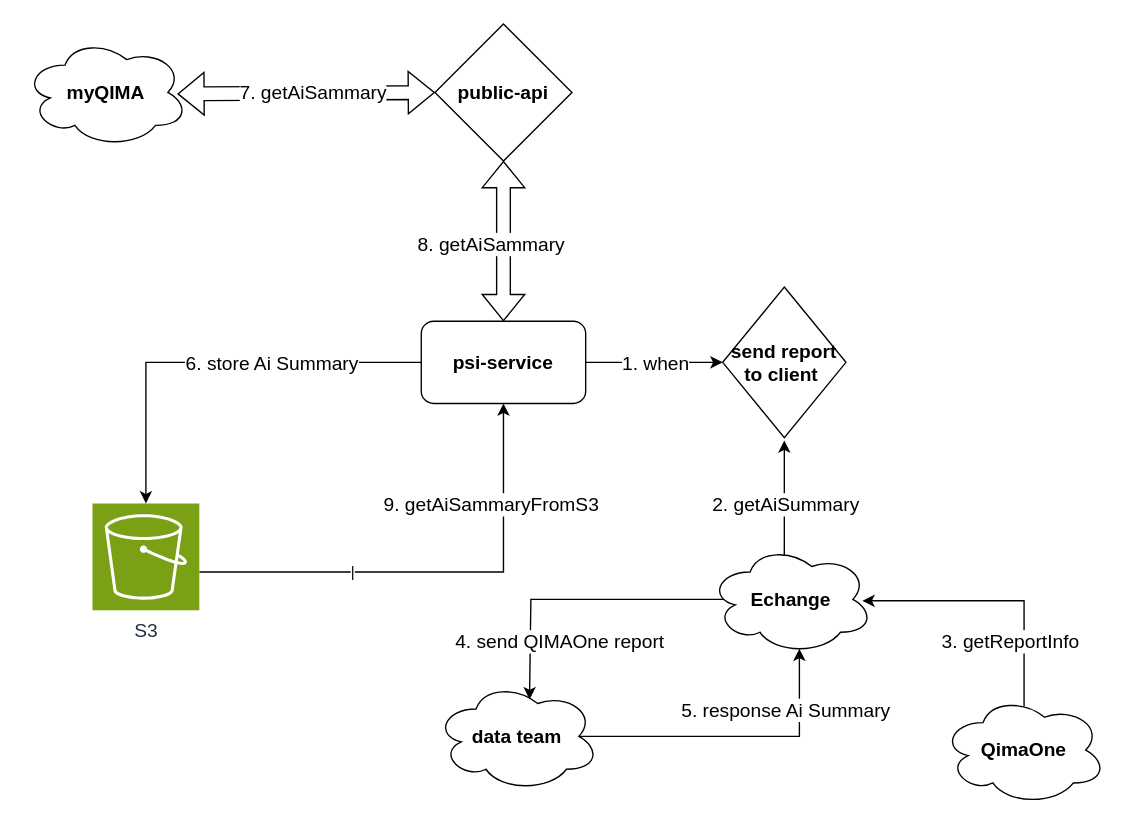
Above: AI Summary.drawio in johnApp86/diagrams (draw.io), before the change. Source tidied: cells renumbered, new cells numbered last; positions are measured from the earlier drawing's top-left corner, leaving out a move shared by most shapes. Both pictures are drawn from the tidied source at 137%, with x=0, y=0 at pixel (23, 23).
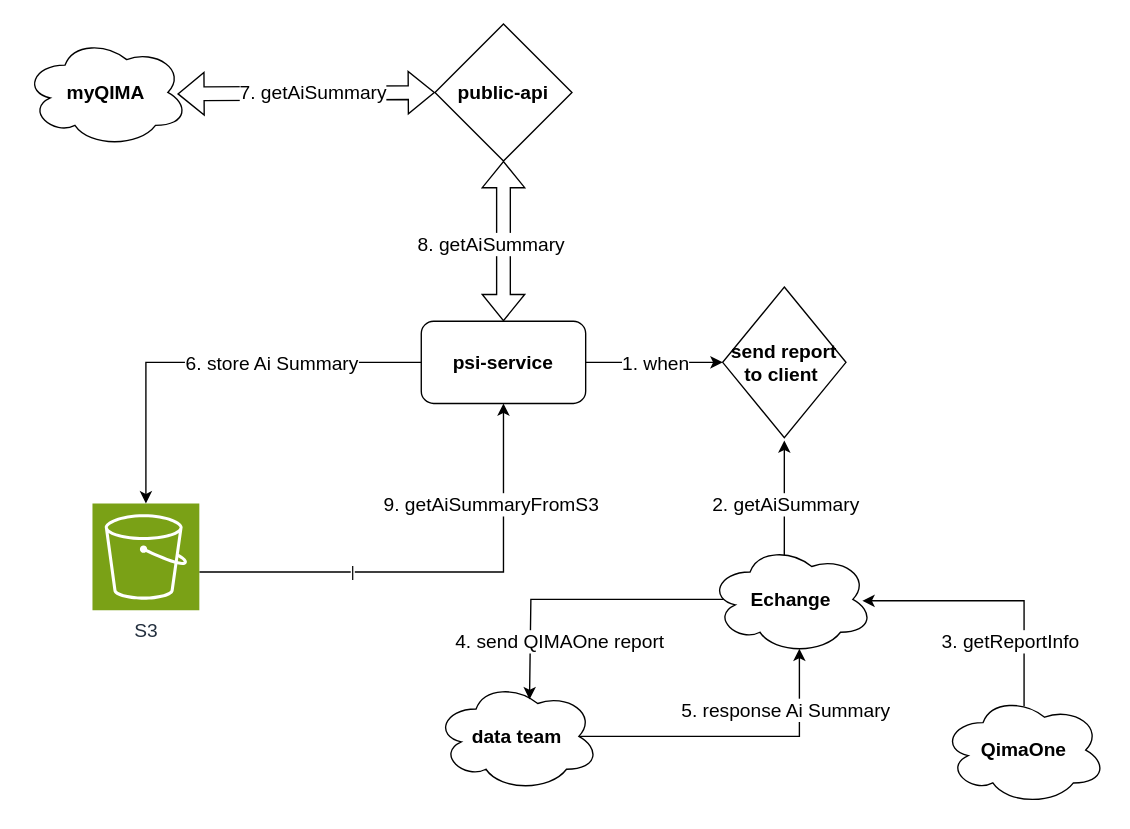
The same diagram, later.

Unchanged cells that the change refers to:
```xml
<mxCell id="7" style="shape=flexArrow;endArrow=classic;startArrow=classic;html=1;rounded=0;entryX=0.5;entryY=0;entryDx=0;entryDy=0;" parent="1" edge="1" source="3" target="6">
  <mxGeometry relative="1" as="geometry" />
</mxCell>
<mxCell id="9" style="shape=flexArrow;endArrow=classic;startArrow=classic;html=1;rounded=0;entryX=0;entryY=0.5;entryDx=0;entryDy=0;exitX=0.933;exitY=0.513;exitDx=0;exitDy=0;exitPerimeter=0;" parent="1" edge="1" source="2" target="3">
  <mxGeometry relative="1" as="geometry" />
</mxCell>
<mxCell id="19" value="|" style="edgeStyle=orthogonalEdgeStyle;rounded=0;jettySize=auto;html=1;entryX=0.5;entryY=1;entryDx=0;entryDy=0;" parent="1" edge="1" source="21" target="6">
  <mxGeometry x="-0.35" relative="1" as="geometry">
    <Array as="points">
      <mxPoint x="350" y="400" />
    </Array>
  </mxGeometry>
</mxCell>
```

What changed in the source:
```diff
@@
-    <mxCell id="8" value="&lt;span style=&quot;font-size: 14px;&quot;&gt;8. getAiSammary&lt;/span&gt;" style="edgeLabel;html=1;align=center;verticalAlign=middle;" parent="7" vertex="1">
+    <mxCell id="8" value="&lt;span style=&quot;font-size: 14px;&quot;&gt;8. getAiSummary&lt;/span&gt;" style="edgeLabel;html=1;align=center;verticalAlign=middle;" parent="7" vertex="1">
       <mxGeometry x="-0.11" y="-1" relative="1" as="geometry">
         <mxPoint x="-9" y="8" as="offset" />
       </mxGeometry>
     </mxCell>
@@
-    <mxCell id="10" value="7. getAiSammary" style="edgeLabel;html=1;align=center;verticalAlign=middle;fontSize=14;" parent="9" vertex="1">
+    <mxCell id="10" value="7. getAiSummary" style="edgeLabel;html=1;align=center;verticalAlign=middle;fontSize=14;" parent="9" vertex="1">
       <mxGeometry x="-0.11" y="-1" relative="1" as="geometry">
         <mxPoint x="15" y="-2" as="offset" />
       </mxGeometry>
     </mxCell>
@@
-    <mxCell id="20" value="&lt;span style=&quot;font-size: 14px;&quot;&gt;9. getAiSammaryFromS3&lt;/span&gt;" style="edgeLabel;html=1;align=center;verticalAlign=middle;" parent="19" vertex="1">
+    <mxCell id="20" value="&lt;span style=&quot;font-size: 14px;&quot;&gt;9. getAiSummaryFromS3&lt;/span&gt;" style="edgeLabel;html=1;align=center;verticalAlign=middle;" parent="19" vertex="1">
       <mxGeometry x="-0.1" y="2" relative="1" as="geometry">
         <mxPoint x="57" y="-48" as="offset" />
       </mxGeometry>
     </mxCell>
```
